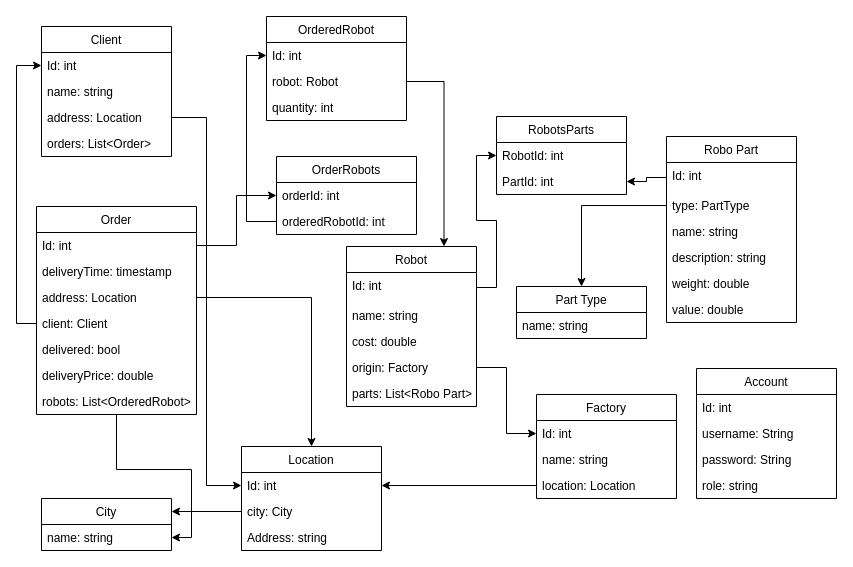
Above: Entity Diagram.drawio in Bl4ck-C4t/Robot-factory (draw.io), before the change. Source tidied: cells renumbered, new cells numbered last; positions are measured from the earlier drawing's top-left corner, leaving out a move shared by most shapes. Both pictures are drawn from the tidied source at 100%, with x=0, y=0 at pixel (36, 16).
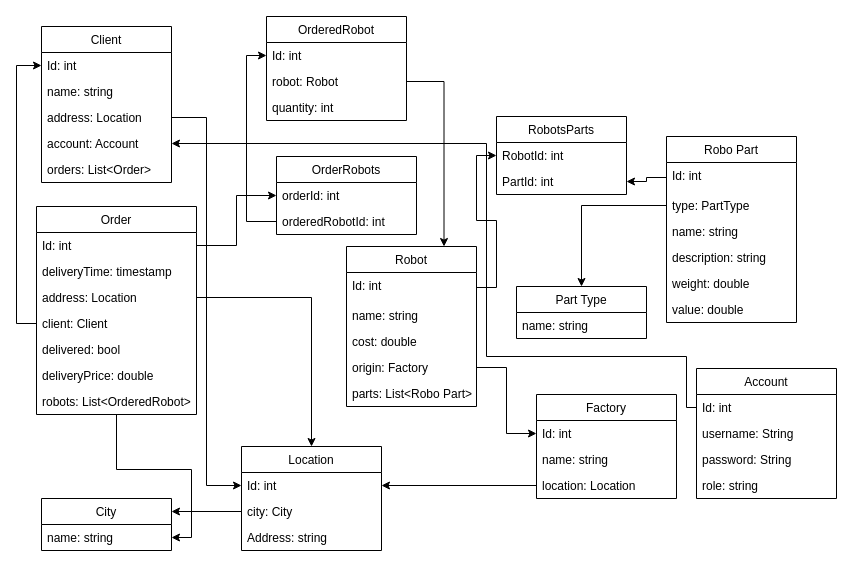
After the change.

Unchanged cells that the change refers to:
```xml
<mxCell id="64" value="Id: int" style="text;strokeColor=none;fillColor=none;align=left;verticalAlign=top;spacingLeft=4;spacingRight=4;overflow=hidden;points=[[0,0.5],[1,0.5]];portConstraint=eastwest;" parent="63" vertex="1">
  <mxGeometry y="26" width="140" height="26" as="geometry" />
</mxCell>
```

Diff of the diagram source:
```diff
@@
     <mxCell id="15" value="Client" style="swimlane;fontStyle=0;horizontal=1;startSize=26;fillColor=none;" parent="1" vertex="1">
-      <mxGeometry x="5" y="10" width="130" height="130" as="geometry" />
+      <mxGeometry x="5" y="10" width="130" height="156" as="geometry" />
     </mxCell>
@@
+    <mxCell id="68" value="account: Account&#10;" style="text;strokeColor=none;fillColor=none;align=left;verticalAlign=top;spacingLeft=4;spacingRight=4;overflow=hidden;points=[[0,0.5],[1,0.5]];portConstraint=eastwest;" parent="15" vertex="1">
+      <mxGeometry y="104" width="130" height="26" as="geometry" />
+    </mxCell>
     <mxCell id="19" value="orders: List&lt;Order&gt;" style="text;strokeColor=none;fillColor=none;align=left;verticalAlign=top;spacingLeft=4;spacingRight=4;overflow=hidden;" parent="15" vertex="1">
-      <mxGeometry y="104" width="130" height="26" as="geometry" />
+      <mxGeometry y="130" width="130" height="26" as="geometry" />
     </mxCell>
@@
+    <mxCell id="69" style="edgeStyle=orthogonalEdgeStyle;rounded=0;jettySize=auto;html=1;entryX=1;entryY=0.5;entryDx=0;entryDy=0;" parent="1" edge="1" source="64" target="68">
+      <mxGeometry relative="1" as="geometry">
+        <Array as="points">
+          <mxPoint x="650" y="391" />
+          <mxPoint x="650" y="340" />
+          <mxPoint x="450" y="340" />
+          <mxPoint x="450" y="127" />
+        </Array>
+      </mxGeometry>
+    </mxCell>
```
